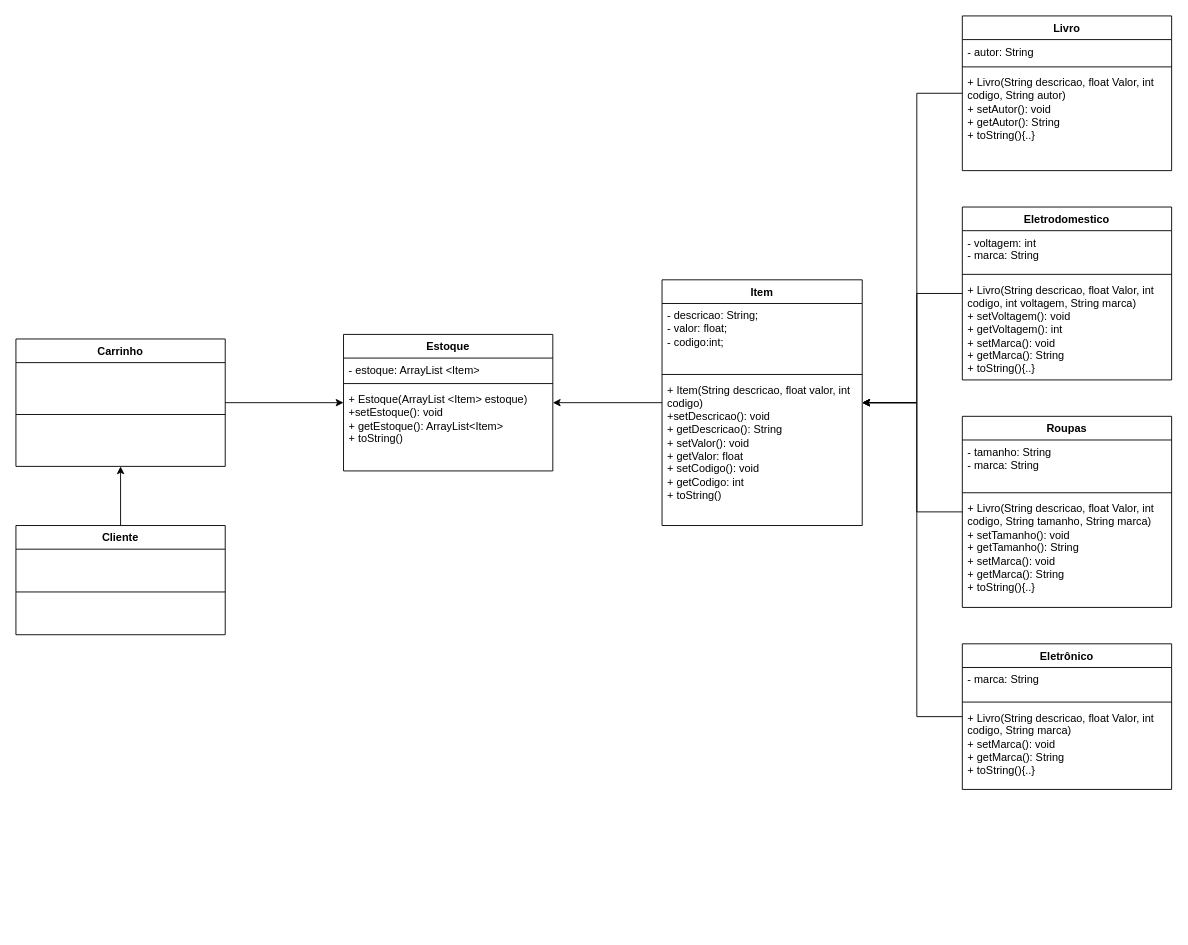
This is Diagrama de classe do projeto.drawio from jsalles1/TesteGit, a draw.io file, before an edit. Source tidied: cells renumbered, new cells numbered last; positions are measured from the earlier drawing's top-left corner, leaving out a move shared by most shapes. Both pictures are drawn from the tidied source at 91%, with x=0, y=0 at pixel (15, 15).
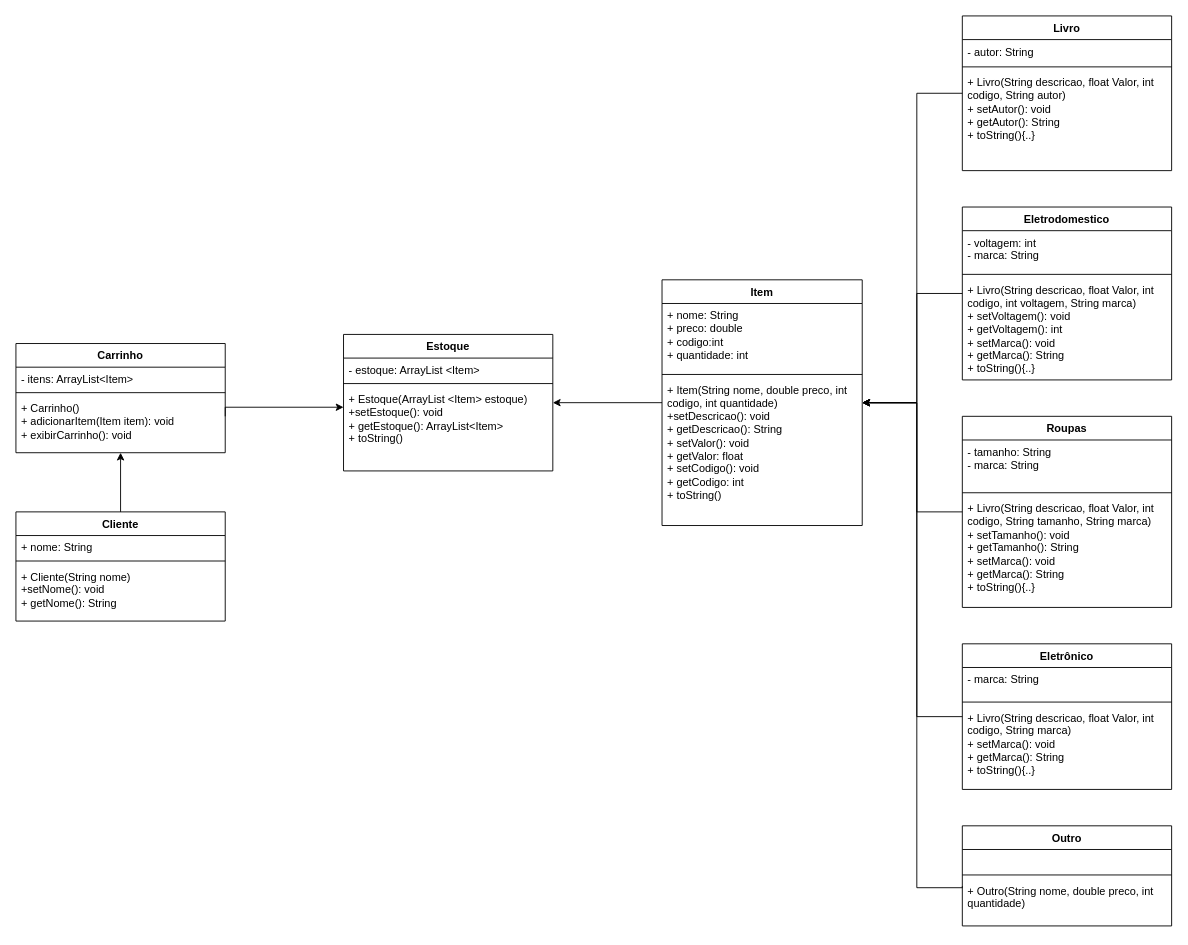
The same diagram, later.

Unchanged cells that the change refers to:
```xml
<mxCell id="8" value="Item" style="swimlane;fontStyle=1;align=center;verticalAlign=top;horizontal=1;startSize=26;whiteSpace=wrap;html=1;" parent="1" vertex="1">
  <mxGeometry x="710" y="290" width="220" height="270" as="geometry" />
</mxCell>
<mxCell id="23" value="Eletrônico" style="swimlane;fontStyle=1;align=center;verticalAlign=top;horizontal=1;startSize=26;whiteSpace=wrap;html=1;" parent="1" vertex="1">
  <mxGeometry x="1040" y="690" width="230" height="160" as="geometry" />
</mxCell>
<mxCell id="33" value="Estoque" style="swimlane;fontStyle=1;align=center;verticalAlign=top;horizontal=1;startSize=26;whiteSpace=wrap;html=1;" parent="1" vertex="1">
  <mxGeometry x="360" y="350" width="230" height="150" as="geometry" />
</mxCell>
```

The edit, as a diff of the source:
```diff
@@
-    <mxCell id="9" value="- descricao: String;&lt;br&gt;- valor: float;&lt;br&gt;- codigo:int;&lt;br&gt;" style="text;strokeColor=none;fillColor=none;align=left;verticalAlign=top;spacingLeft=4;spacingRight=4;overflow=hidden;whiteSpace=wrap;html=1;" parent="8" vertex="1">
+    <mxCell id="9" value="+ nome: String&lt;br&gt;+ preco: double&lt;br&gt;+ codigo:int&lt;br&gt;+ quantidade: int" style="text;strokeColor=none;fillColor=none;align=left;verticalAlign=top;spacingLeft=4;spacingRight=4;overflow=hidden;whiteSpace=wrap;html=1;" parent="8" vertex="1">
       <mxGeometry y="26" width="220" height="74" as="geometry" />
     </mxCell>
@@
-    <mxCell id="11" value="+ Item(String descricao, float valor, int codigo)&lt;br&gt;+setDescricao(): void&lt;br&gt;+ getDescricao(): String&lt;br&gt;+ setValor(): void&lt;br&gt;+ getValor: float&lt;br&gt;+ setCodigo(): void&lt;br&gt;+ getCodigo: int&lt;br&gt;+ toString()" style="text;strokeColor=none;fillColor=none;align=left;verticalAlign=top;spacingLeft=4;spacingRight=4;overflow=hidden;points=[[0,0.5],[1,0.5]];portConstraint=eastwest;whiteSpace=wrap;html=1;" parent="8" vertex="1">
+    <mxCell id="11" value="+ Item(String nome, double preco, int codigo, int quantidade)&lt;br&gt;+setDescricao(): void&lt;br&gt;+ getDescricao(): String&lt;br&gt;+ setValor(): void&lt;br&gt;+ getValor: float&lt;br&gt;+ setCodigo(): void&lt;br&gt;+ getCodigo: int&lt;br&gt;+ toString()" style="text;strokeColor=none;fillColor=none;align=left;verticalAlign=top;spacingLeft=4;spacingRight=4;overflow=hidden;points=[[0,0.5],[1,0.5]];portConstraint=eastwest;whiteSpace=wrap;html=1;" parent="8" vertex="1">
       <mxGeometry y="108" width="220" height="162" as="geometry" />
     </mxCell>
@@
     <mxCell id="22" style="edgeStyle=orthogonalEdgeStyle;rounded=0;jettySize=auto;html=1;" parent="1" edge="1" source="23" target="8">
       <mxGeometry relative="1" as="geometry">
         <Array as="points">
+          <mxPoint x="990" y="770" />
           <mxPoint x="990" y="770" />
           <mxPoint x="990" y="425" />
         </Array>
       </mxGeometry>
     </mxCell>
@@
-    <mxCell id="27" style="edgeStyle=orthogonalEdgeStyle;rounded=0;jettySize=auto;html=1;" parent="1" edge="1" source="28" target="31">
-      <mxGeometry relative="1" as="geometry" />
-    </mxCell>
-    <mxCell id="28" value="Cliente" style="swimlane;fontStyle=1;align=center;verticalAlign=top;horizontal=1;startSize=26;whiteSpace=wrap;html=1;" parent="1" vertex="1">
-      <mxGeometry y="560" width="230" height="120" as="geometry" />
-    </mxCell>
-    <mxCell id="29" style="line;strokeWidth=1;fillColor=none;align=left;verticalAlign=middle;spacingTop=-1;spacingLeft=3;spacingRight=3;labelPosition=right;strokeColor=inherit;" parent="28" vertex="1">
-      <mxGeometry y="26" width="230" height="94" as="geometry" />
-    </mxCell>
-    <mxCell id="30" style="edgeStyle=orthogonalEdgeStyle;rounded=0;jettySize=auto;html=1;" parent="1" edge="1" source="31" target="33">
-      <mxGeometry relative="1" as="geometry" />
+    <mxCell id="30" style="edgeStyle=orthogonalEdgeStyle;rounded=0;jettySize=auto;html=1;" parent="1" edge="1" target="33">
+      <mxGeometry relative="1" as="geometry">
+        <mxPoint x="230" y="440" as="sourcePoint" />
+        <Array as="points">
+          <mxPoint x="230" y="430" />
+        </Array>
+      </mxGeometry>
     </mxCell>
-    <mxCell id="31" value="Carrinho" style="swimlane;fontStyle=1;align=center;verticalAlign=top;horizontal=1;startSize=26;whiteSpace=wrap;html=1;" parent="1" vertex="1">
-      <mxGeometry y="355" width="230" height="140" as="geometry" />
-    </mxCell>
-    <mxCell id="32" style="line;strokeWidth=1;fillColor=none;align=left;verticalAlign=middle;spacingTop=-1;spacingLeft=3;spacingRight=3;labelPosition=right;strokeColor=inherit;" parent="31" vertex="1">
-      <mxGeometry y="26" width="230" height="114" as="geometry" />
-    </mxCell>
@@
+    <mxCell id="37" style="edgeStyle=orthogonalEdgeStyle;rounded=0;jettySize=auto;html=1;entryX=0.5;entryY=1;entryDx=0;entryDy=0;entryPerimeter=0;" parent="1" edge="1" source="28" target="43">
+      <mxGeometry relative="1" as="geometry" />
+    </mxCell>
+    <mxCell id="28" value="Cliente" style="swimlane;fontStyle=1;align=center;verticalAlign=top;horizontal=1;startSize=26;whiteSpace=wrap;html=1;" parent="1" vertex="1">
+      <mxGeometry y="545" width="230" height="120" as="geometry" />
+    </mxCell>
+    <mxCell id="38" value="+ nome: String" style="text;strokeColor=none;fillColor=none;align=left;verticalAlign=top;spacingLeft=4;spacingRight=4;overflow=hidden;whiteSpace=wrap;html=1;" parent="28" vertex="1">
+      <mxGeometry y="26" width="230" height="24" as="geometry" />
+    </mxCell>
+    <mxCell id="39" style="line;strokeWidth=1;fillColor=none;align=left;verticalAlign=middle;spacingTop=-1;spacingLeft=3;spacingRight=3;labelPosition=right;strokeColor=inherit;" parent="28" vertex="1">
+      <mxGeometry y="50" width="230" height="8" as="geometry" />
+    </mxCell>
+    <mxCell id="40" value="+ Cliente(String nome)&lt;br&gt;+setNome(): void&lt;br&gt;+ getNome(): String" style="text;strokeColor=none;fillColor=none;align=left;verticalAlign=top;spacingLeft=4;spacingRight=4;overflow=hidden;whiteSpace=wrap;html=1;" parent="28" vertex="1">
+      <mxGeometry y="58" width="230" height="62" as="geometry" />
+    </mxCell>
+    <mxCell id="31" value="Carrinho" style="swimlane;fontStyle=1;align=center;verticalAlign=top;horizontal=1;startSize=26;whiteSpace=wrap;html=1;" parent="1" vertex="1">
+      <mxGeometry y="360" width="230" height="120" as="geometry" />
+    </mxCell>
+    <mxCell id="41" value="- itens: ArrayList&amp;lt;Item&amp;gt;" style="text;strokeColor=none;fillColor=none;align=left;verticalAlign=top;spacingLeft=4;spacingRight=4;overflow=hidden;whiteSpace=wrap;html=1;" parent="31" vertex="1">
+      <mxGeometry y="26" width="230" height="24" as="geometry" />
+    </mxCell>
+    <mxCell id="42" style="line;strokeWidth=1;fillColor=none;align=left;verticalAlign=middle;spacingTop=-1;spacingLeft=3;spacingRight=3;labelPosition=right;strokeColor=inherit;" parent="31" vertex="1">
+      <mxGeometry y="50" width="230" height="8" as="geometry" />
+    </mxCell>
+    <mxCell id="43" value="+ Carrinho()&lt;br&gt;+ adicionarItem(Item item): void&lt;br&gt;+ exibirCarrinho&lt;span style=&quot;background-color: initial;&quot;&gt;(): void&lt;/span&gt;&lt;div style=&quot;background-color:#2f2f2f;padding:0px 0px 0px 2px;&quot;&gt;&lt;div style=&quot;color: rgb(170, 170, 170); font-family: Consolas; font-size: 12pt;&quot;&gt;&lt;p style=&quot;background-color:#373737;margin:0;&quot;&gt;&lt;span style=&quot;color:#d9e8f7;&quot;&gt;&lt;/span&gt;&lt;/p&gt;&lt;/div&gt;&lt;/div&gt;" style="text;strokeColor=none;fillColor=none;align=left;verticalAlign=top;spacingLeft=4;spacingRight=4;overflow=hidden;points=[[0,0.5],[1,0.5]];portConstraint=eastwest;whiteSpace=wrap;html=1;" parent="31" vertex="1">
+      <mxGeometry y="58" width="230" height="62" as="geometry" />
+    </mxCell>
+    <mxCell id="44" value="Outro" style="swimlane;fontStyle=1;align=center;verticalAlign=top;horizontal=1;startSize=26;whiteSpace=wrap;html=1;" parent="1" vertex="1">
+      <mxGeometry x="1040" y="890" width="230" height="110" as="geometry" />
+    </mxCell>
+    <mxCell id="45" value="&amp;nbsp;" style="text;strokeColor=none;fillColor=none;align=left;verticalAlign=top;spacingLeft=4;spacingRight=4;overflow=hidden;whiteSpace=wrap;html=1;" parent="44" vertex="1">
+      <mxGeometry y="26" width="230" height="24" as="geometry" />
+    </mxCell>
+    <mxCell id="46" style="line;strokeWidth=1;fillColor=none;align=left;verticalAlign=middle;spacingTop=-1;spacingLeft=3;spacingRight=3;labelPosition=right;strokeColor=inherit;" parent="44" vertex="1">
+      <mxGeometry y="50" width="230" height="8" as="geometry" />
+    </mxCell>
+    <mxCell id="47" value="+ Outro(String nome, double preco, int quantidade)" style="text;strokeColor=none;fillColor=none;align=left;verticalAlign=top;spacingLeft=4;spacingRight=4;overflow=hidden;points=[[0,0.5],[1,0.5]];portConstraint=eastwest;whiteSpace=wrap;html=1;" parent="44" vertex="1">
+      <mxGeometry y="58" width="230" height="52" as="geometry" />
+    </mxCell>
+    <mxCell id="48" style="edgeStyle=orthogonalEdgeStyle;rounded=0;jettySize=auto;html=1;exitX=0;exitY=0.161;exitDx=0;exitDy=0;exitPerimeter=0;entryX=1;entryY=0.167;entryDx=0;entryDy=0;entryPerimeter=0;" parent="1" edge="1" source="47" target="11">
+      <mxGeometry relative="1" as="geometry">
+        <Array as="points">
+          <mxPoint x="990" y="958" />
+          <mxPoint x="990" y="425" />
+        </Array>
+      </mxGeometry>
+    </mxCell>
```
